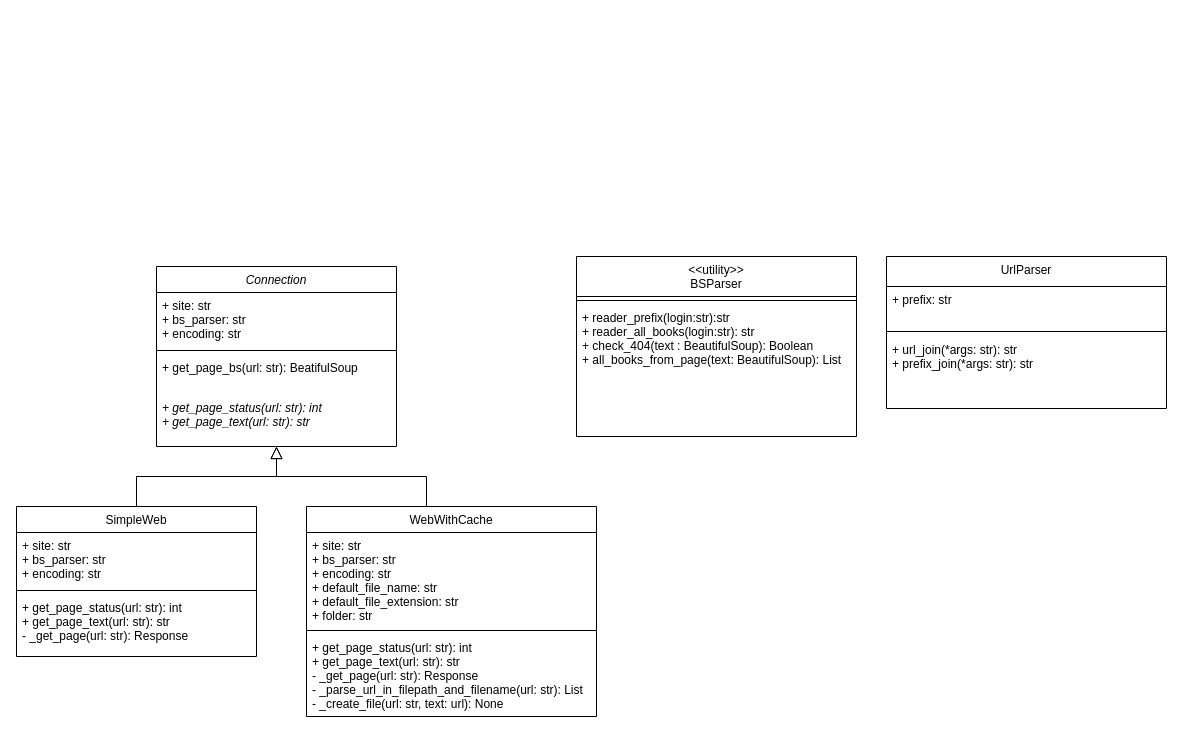
Above: uml-diagrams/connection.drawio in ElenaShargina/livelib-bot (draw.io), before the change. Source tidied: cells renumbered, new cells numbered last; positions are measured from the earlier drawing's top-left corner, leaving out a move shared by most shapes. Both pictures are drawn from the tidied source at 100%, with x=0, y=0 at pixel (16, 256).
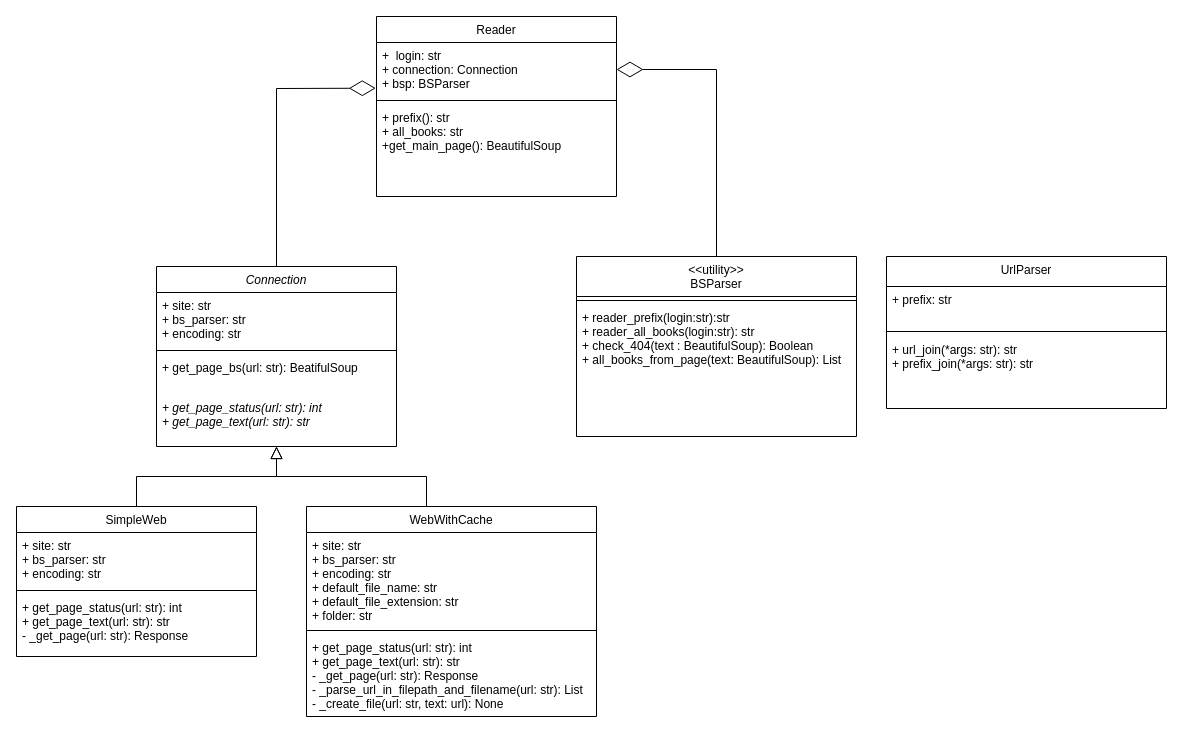
Above is the later version.

Commit message (it also covers changes not shown here):
Add docstrings and uml folder

Unchanged cells that the change refers to:
```xml
<mxCell id="2" value="Connection" style="swimlane;fontStyle=2;align=center;verticalAlign=top;horizontal=1;startSize=26;rounded=0;shadow=0;strokeWidth=1;" parent="1" vertex="1">
  <mxGeometry x="140" y="10" width="240" height="180" as="geometry" />
</mxCell>
<mxCell id="17" value="&lt;&lt;utility&gt;&gt;&#10;BSParser" style="swimlane;fontStyle=0;align=center;verticalAlign=top;horizontal=1;startSize=40;rounded=0;shadow=0;strokeWidth=1;" parent="1" vertex="1">
  <mxGeometry x="560" width="280" height="180" as="geometry" />
</mxCell>
```

The edit, as a diff of the source:
```diff
@@
+    <mxCell id="24" value="Reader" style="swimlane;fontStyle=0;align=center;verticalAlign=top;horizontal=1;startSize=26;rounded=0;shadow=0;strokeWidth=1;" parent="1" vertex="1">
+      <mxGeometry x="360" y="-240" width="240" height="180" as="geometry" />
+    </mxCell>
+    <mxCell id="25" value="+  login: str&#10;+ connection: Connection&#10;+ bsp: BSParser" style="text;align=left;verticalAlign=top;spacingLeft=4;spacingRight=4;overflow=hidden;points=[[0,0.5],[1,0.5]];portConstraint=eastwest;fontStyle=0;" parent="24" vertex="1">
+      <mxGeometry y="26" width="240" height="54" as="geometry" />
+    </mxCell>
+    <mxCell id="26" style="line;html=1;strokeWidth=1;align=left;verticalAlign=middle;spacingTop=-1;spacingLeft=3;spacingRight=3;labelPosition=right;" parent="24" vertex="1">
+      <mxGeometry y="80" width="240" height="8" as="geometry" />
+    </mxCell>
+    <mxCell id="27" value="+ prefix(): str&#10;+ all_books: str&#10;+get_main_page(): BeautifulSoup" style="text;align=left;verticalAlign=top;spacingLeft=4;spacingRight=4;overflow=hidden;fontStyle=0;" parent="24" vertex="1">
+      <mxGeometry y="88" width="240" height="92" as="geometry" />
+    </mxCell>
+    <mxCell id="28" style="endArrow=diamondThin;endFill=0;endSize=24;html=1;rounded=0;entryX=-0.003;entryY=0.846;entryDx=0;entryDy=0;entryPerimeter=0;exitX=0.5;exitY=0;exitDx=0;exitDy=0;" parent="1" edge="1" source="2" target="25">
+      <mxGeometry relative="1" as="geometry">
+        <Array as="points">
+          <mxPoint x="260" y="-168" />
+        </Array>
+      </mxGeometry>
+    </mxCell>
+    <mxCell id="29" style="endArrow=diamondThin;endFill=0;endSize=24;html=1;rounded=0;entryX=1;entryY=0.5;entryDx=0;entryDy=0;exitX=0.5;exitY=0;exitDx=0;exitDy=0;" parent="1" edge="1" source="17" target="25">
+      <mxGeometry relative="1" as="geometry">
+        <Array as="points">
+          <mxPoint x="700" y="-187" />
+        </Array>
+      </mxGeometry>
+    </mxCell>
```
